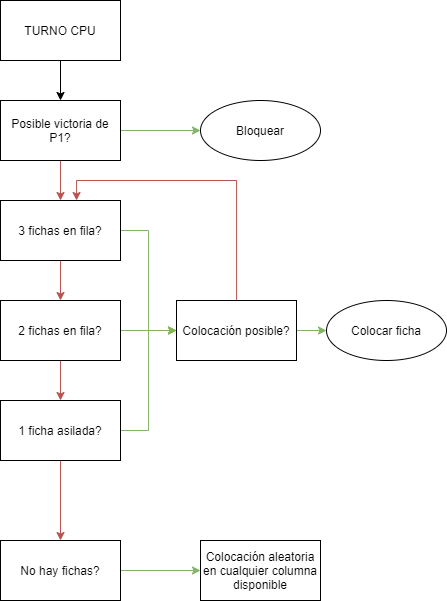
The draw.io diagram cpu.png in moisesrj97/conecta4, before a commit. Source tidied: cells renumbered, new cells last; positions are measured from the earlier drawing's top-left corner, leaving out a move shared by most shapes. Source of this version:
```xml
<mxGraphModel>
  <root>
    <mxCell id="0" />
    <mxCell id="1" parent="0" />
    <mxCell id="2" style="edgeStyle=orthogonalEdgeStyle;rounded=0;jettySize=auto;html=1;" parent="1" edge="1" source="3" target="6">
      <mxGeometry relative="1" as="geometry" />
    </mxCell>
    <mxCell id="3" value="TURNO CPU" style="rounded=0;whiteSpace=wrap;html=1;" parent="1" vertex="1">
      <mxGeometry width="120" height="60" as="geometry" />
    </mxCell>
    <mxCell id="4" style="edgeStyle=orthogonalEdgeStyle;rounded=0;jettySize=auto;html=1;fillColor=#d5e8d4;strokeColor=#82b366;" parent="1" edge="1" source="6" target="7">
      <mxGeometry relative="1" as="geometry" />
    </mxCell>
    <mxCell id="5" style="edgeStyle=orthogonalEdgeStyle;rounded=0;jettySize=auto;html=1;fillColor=#f8cecc;strokeColor=#b85450;" parent="1" edge="1" source="6" target="10">
      <mxGeometry relative="1" as="geometry" />
    </mxCell>
    <mxCell id="6" value="Posible victoria de P1?" style="rounded=0;whiteSpace=wrap;html=1;" parent="1" vertex="1">
      <mxGeometry y="100" width="120" height="60" as="geometry" />
    </mxCell>
    <mxCell id="7" value="Bloquear" style="ellipse;whiteSpace=wrap;html=1;rounded=0;" parent="1" vertex="1">
      <mxGeometry x="200" y="100" width="120" height="60" as="geometry" />
    </mxCell>
    <mxCell id="8" style="edgeStyle=orthogonalEdgeStyle;rounded=0;jettySize=auto;html=1;fillColor=#f8cecc;strokeColor=#b85450;" parent="1" edge="1" source="10" target="13">
      <mxGeometry relative="1" as="geometry" />
    </mxCell>
    <mxCell id="9" style="edgeStyle=orthogonalEdgeStyle;rounded=0;jettySize=auto;html=1;exitX=1;exitY=0.5;exitDx=0;exitDy=0;entryX=0;entryY=0.5;entryDx=0;entryDy=0;fillColor=#d5e8d4;strokeColor=#82b366;" parent="1" edge="1" source="10" target="16">
      <mxGeometry relative="1" as="geometry" />
    </mxCell>
    <mxCell id="10" value="3 fichas en fila?" style="whiteSpace=wrap;html=1;rounded=0;" parent="1" vertex="1">
      <mxGeometry y="200" width="120" height="60" as="geometry" />
    </mxCell>
    <mxCell id="11" style="edgeStyle=orthogonalEdgeStyle;rounded=0;jettySize=auto;html=1;entryX=0;entryY=0.5;entryDx=0;entryDy=0;fillColor=#d5e8d4;strokeColor=#82b366;" parent="1" edge="1" source="13" target="16">
      <mxGeometry relative="1" as="geometry" />
    </mxCell>
    <mxCell id="12" style="edgeStyle=orthogonalEdgeStyle;rounded=0;jettySize=auto;html=1;fillColor=#f8cecc;strokeColor=#b85450;" parent="1" edge="1" source="13" target="20">
      <mxGeometry relative="1" as="geometry" />
    </mxCell>
    <mxCell id="13" value="2 fichas en fila?" style="whiteSpace=wrap;html=1;rounded=0;" parent="1" vertex="1">
      <mxGeometry y="300" width="120" height="60" as="geometry" />
    </mxCell>
    <mxCell id="14" style="edgeStyle=orthogonalEdgeStyle;rounded=0;jettySize=auto;html=1;fillColor=#d5e8d4;strokeColor=#82b366;" parent="1" edge="1" source="16" target="17">
      <mxGeometry relative="1" as="geometry" />
    </mxCell>
    <mxCell id="15" style="edgeStyle=orthogonalEdgeStyle;rounded=0;jettySize=auto;html=1;fillColor=#f8cecc;strokeColor=#b85450;" parent="1" edge="1" source="16">
      <mxGeometry relative="1" as="geometry">
        <mxPoint x="76" y="200" as="targetPoint" />
        <Array as="points">
          <mxPoint x="236" y="180" />
          <mxPoint x="76" y="180" />
          <mxPoint x="76" y="200" />
        </Array>
      </mxGeometry>
    </mxCell>
    <mxCell id="16" value="Colocación posible?" style="whiteSpace=wrap;html=1;rounded=0;" parent="1" vertex="1">
      <mxGeometry x="176" y="300" width="120" height="60" as="geometry" />
    </mxCell>
    <mxCell id="17" value="Colocar ficha" style="ellipse;whiteSpace=wrap;html=1;rounded=0;" parent="1" vertex="1">
      <mxGeometry x="326" y="300" width="120" height="60" as="geometry" />
    </mxCell>
    <mxCell id="18" style="edgeStyle=orthogonalEdgeStyle;rounded=0;jettySize=auto;html=1;entryX=0;entryY=0.5;entryDx=0;entryDy=0;fillColor=#d5e8d4;strokeColor=#82b366;" parent="1" edge="1" source="20" target="16">
      <mxGeometry relative="1" as="geometry" />
    </mxCell>
    <mxCell id="19" style="edgeStyle=orthogonalEdgeStyle;rounded=0;jettySize=auto;html=1;fillColor=#f8cecc;strokeColor=#b85450;" parent="1" edge="1" source="20" target="22">
      <mxGeometry relative="1" as="geometry" />
    </mxCell>
    <mxCell id="20" value="1 ficha asilada?" style="whiteSpace=wrap;html=1;rounded=0;" parent="1" vertex="1">
      <mxGeometry y="400" width="120" height="60" as="geometry" />
    </mxCell>
    <mxCell id="21" style="edgeStyle=orthogonalEdgeStyle;rounded=0;jettySize=auto;html=1;fillColor=#d5e8d4;strokeColor=#82b366;" parent="1" edge="1" source="22" target="23">
      <mxGeometry relative="1" as="geometry" />
    </mxCell>
    <mxCell id="22" value="No hay fichas?" style="whiteSpace=wrap;html=1;rounded=0;" parent="1" vertex="1">
      <mxGeometry y="540" width="120" height="60" as="geometry" />
    </mxCell>
    <mxCell id="23" value="Colocación aleatoria en cualquier columna disponible" style="whiteSpace=wrap;html=1;rounded=0;" parent="1" vertex="1">
      <mxGeometry x="200" y="540" width="120" height="60" as="geometry" />
    </mxCell>
  </root>
</mxGraphModel>
```
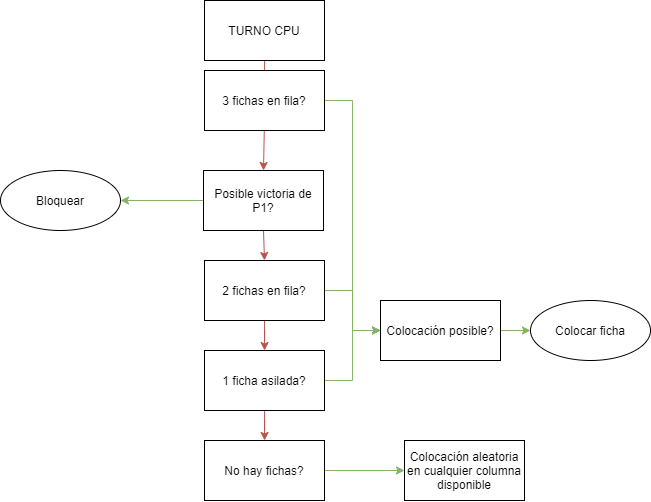
After the change.

Change to the diagram source:
```diff
@@ -2,7 +2,7 @@
   <root>
     <mxCell id="0" />
     <mxCell id="1" parent="0" />
-    <mxCell id="2" style="edgeStyle=orthogonalEdgeStyle;rounded=0;jettySize=auto;html=1;" parent="1" edge="1" source="3" target="6">
+    <mxCell id="2" style="edgeStyle=orthogonalEdgeStyle;rounded=0;jettySize=auto;html=1;fillColor=#f8cecc;strokeColor=#b85450;" parent="1" edge="1" source="3" target="6">
       <mxGeometry relative="1" as="geometry" />
     </mxCell>
     <mxCell id="3" value="TURNO CPU" style="rounded=0;whiteSpace=wrap;html=1;" parent="1" vertex="1">
@@ -11,23 +11,20 @@
     <mxCell id="4" style="edgeStyle=orthogonalEdgeStyle;rounded=0;jettySize=auto;html=1;fillColor=#d5e8d4;strokeColor=#82b366;" parent="1" edge="1" source="6" target="7">
       <mxGeometry relative="1" as="geometry" />
     </mxCell>
-    <mxCell id="5" style="edgeStyle=orthogonalEdgeStyle;rounded=0;jettySize=auto;html=1;fillColor=#f8cecc;strokeColor=#b85450;" parent="1" edge="1" source="6" target="10">
-      <mxGeometry relative="1" as="geometry" />
-    </mxCell>
+    <mxCell id="24" style="edgeStyle=orthogonalEdgeStyle;rounded=0;jettySize=auto;html=1;exitX=0.5;exitY=1;exitDx=0;exitDy=0;entryX=0.5;entryY=0;entryDx=0;entryDy=0;fillColor=#f8cecc;strokeColor=#b85450;" parent="1" edge="1" source="6" target="13">
+      <mxGeometry relative="1" as="geometry" />
+    </mxCell>
     <mxCell id="6" value="Posible victoria de P1?" style="rounded=0;whiteSpace=wrap;html=1;" parent="1" vertex="1">
-      <mxGeometry y="100" width="120" height="60" as="geometry" />
+      <mxGeometry x="-1" y="170" width="120" height="60" as="geometry" />
     </mxCell>
     <mxCell id="7" value="Bloquear" style="ellipse;whiteSpace=wrap;html=1;rounded=0;" parent="1" vertex="1">
-      <mxGeometry x="200" y="100" width="120" height="60" as="geometry" />
+      <mxGeometry x="-204" y="170" width="120" height="60" as="geometry" />
     </mxCell>
-    <mxCell id="8" style="edgeStyle=orthogonalEdgeStyle;rounded=0;jettySize=auto;html=1;fillColor=#f8cecc;strokeColor=#b85450;" parent="1" edge="1" source="10" target="13">
-      <mxGeometry relative="1" as="geometry" />
-    </mxCell>
     <mxCell id="9" style="edgeStyle=orthogonalEdgeStyle;rounded=0;jettySize=auto;html=1;exitX=1;exitY=0.5;exitDx=0;exitDy=0;entryX=0;entryY=0.5;entryDx=0;entryDy=0;fillColor=#d5e8d4;strokeColor=#82b366;" parent="1" edge="1" source="10" target="16">
       <mxGeometry relative="1" as="geometry" />
     </mxCell>
     <mxCell id="10" value="3 fichas en fila?" style="whiteSpace=wrap;html=1;rounded=0;" parent="1" vertex="1">
-      <mxGeometry y="200" width="120" height="60" as="geometry" />
+      <mxGeometry y="70" width="120" height="60" as="geometry" />
     </mxCell>
     <mxCell id="11" style="edgeStyle=orthogonalEdgeStyle;rounded=0;jettySize=auto;html=1;entryX=0;entryY=0.5;entryDx=0;entryDy=0;fillColor=#d5e8d4;strokeColor=#82b366;" parent="1" edge="1" source="13" target="16">
       <mxGeometry relative="1" as="geometry" />
@@ -36,21 +33,11 @@
       <mxGeometry relative="1" as="geometry" />
     </mxCell>
     <mxCell id="13" value="2 fichas en fila?" style="whiteSpace=wrap;html=1;rounded=0;" parent="1" vertex="1">
-      <mxGeometry y="300" width="120" height="60" as="geometry" />
+      <mxGeometry y="260" width="120" height="60" as="geometry" />
     </mxCell>
     <mxCell id="14" style="edgeStyle=orthogonalEdgeStyle;rounded=0;jettySize=auto;html=1;fillColor=#d5e8d4;strokeColor=#82b366;" parent="1" edge="1" source="16" target="17">
       <mxGeometry relative="1" as="geometry" />
     </mxCell>
-    <mxCell id="15" style="edgeStyle=orthogonalEdgeStyle;rounded=0;jettySize=auto;html=1;fillColor=#f8cecc;strokeColor=#b85450;" parent="1" edge="1" source="16">
-      <mxGeometry relative="1" as="geometry">
-        <mxPoint x="76" y="200" as="targetPoint" />
-        <Array as="points">
-          <mxPoint x="236" y="180" />
-          <mxPoint x="76" y="180" />
-          <mxPoint x="76" y="200" />
-        </Array>
-      </mxGeometry>
-    </mxCell>
     <mxCell id="16" value="Colocación posible?" style="whiteSpace=wrap;html=1;rounded=0;" parent="1" vertex="1">
       <mxGeometry x="176" y="300" width="120" height="60" as="geometry" />
     </mxCell>
@@ -64,16 +51,16 @@
       <mxGeometry relative="1" as="geometry" />
     </mxCell>
     <mxCell id="20" value="1 ficha asilada?" style="whiteSpace=wrap;html=1;rounded=0;" parent="1" vertex="1">
-      <mxGeometry y="400" width="120" height="60" as="geometry" />
+      <mxGeometry y="350" width="120" height="60" as="geometry" />
     </mxCell>
     <mxCell id="21" style="edgeStyle=orthogonalEdgeStyle;rounded=0;jettySize=auto;html=1;fillColor=#d5e8d4;strokeColor=#82b366;" parent="1" edge="1" source="22" target="23">
       <mxGeometry relative="1" as="geometry" />
     </mxCell>
     <mxCell id="22" value="No hay fichas?" style="whiteSpace=wrap;html=1;rounded=0;" parent="1" vertex="1">
-      <mxGeometry y="540" width="120" height="60" as="geometry" />
+      <mxGeometry y="440" width="120" height="60" as="geometry" />
     </mxCell>
     <mxCell id="23" value="Colocación aleatoria en cualquier columna disponible" style="whiteSpace=wrap;html=1;rounded=0;" parent="1" vertex="1">
-      <mxGeometry x="200" y="540" width="120" height="60" as="geometry" />
+      <mxGeometry x="200" y="440" width="120" height="60" as="geometry" />
     </mxCell>
   </root>
 </mxGraphModel>
```
